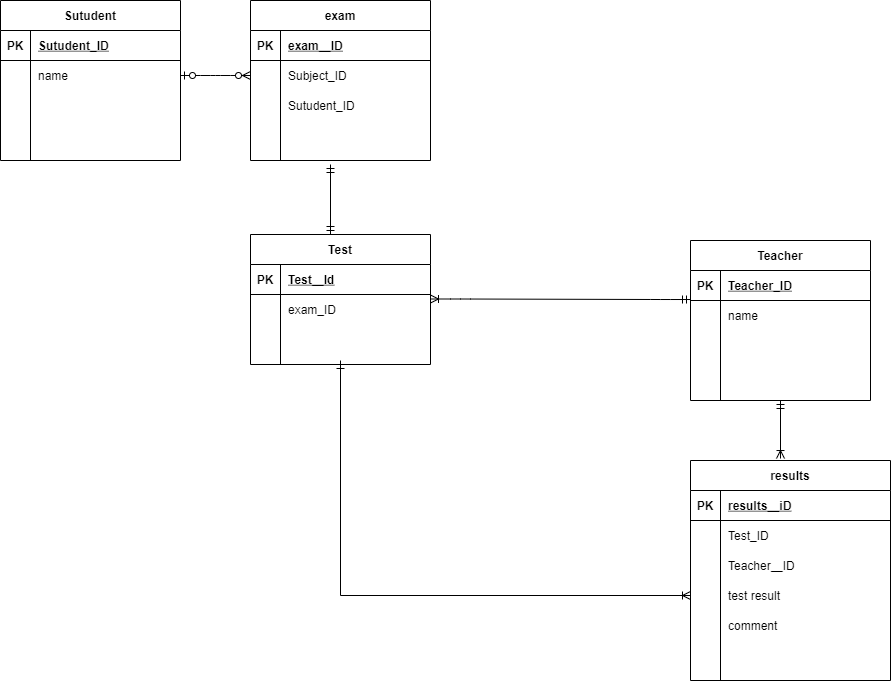
Earlier version of the draw.io export DIAGRAMS.NET/index.drawio.png (sozw0x0/Detabase). Source tidied: cells renumbered, new cells last; positions are measured from the earlier drawing's top-left corner, leaving out a move shared by most shapes. Source of this version:
```xml
<mxGraphModel>
  <root>
    <mxCell id="0" />
    <mxCell id="1" parent="0" />
    <mxCell id="2" value="Sutudent" style="shape=table;startSize=30;rowLines=0;fontStyle=1;align=center;" parent="1" vertex="1">
      <mxGeometry width="180" height="160" as="geometry" />
    </mxCell>
    <mxCell id="3" style="shape=partialRectangle;fillColor=none;top=0;left=0;bottom=1;right=0;" parent="2" vertex="1">
      <mxGeometry y="30" width="180" height="30" as="geometry" />
    </mxCell>
    <mxCell id="4" value="PK" style="shape=partialRectangle;fillColor=none;top=0;left=0;bottom=0;right=0;fontStyle=1;overflow=hidden;" parent="3" vertex="1">
      <mxGeometry width="30" height="30" as="geometry" />
    </mxCell>
    <mxCell id="5" value="Sutudent_ID" style="shape=partialRectangle;fillColor=none;top=0;left=0;bottom=0;right=0;align=left;spacingLeft=6;fontStyle=5;overflow=hidden;" parent="3" vertex="1">
      <mxGeometry x="30" width="150" height="30" as="geometry" />
    </mxCell>
    <mxCell id="6" style="shape=partialRectangle;fillColor=none;top=0;left=0;bottom=0;right=0;points=[[0,0.5],[1,0.5]];portConstraint=eastwest;" parent="2" vertex="1">
      <mxGeometry y="60" width="180" height="30" as="geometry" />
    </mxCell>
    <mxCell id="7" style="shape=partialRectangle;fillColor=none;top=0;left=0;bottom=0;right=0;overflow=hidden;" parent="6" vertex="1">
      <mxGeometry width="30" height="30" as="geometry" />
    </mxCell>
    <mxCell id="8" value="name" style="shape=partialRectangle;fillColor=none;top=0;left=0;bottom=0;right=0;align=left;spacingLeft=6;overflow=hidden;" parent="6" vertex="1">
      <mxGeometry x="30" width="150" height="30" as="geometry" />
    </mxCell>
    <mxCell id="9" style="shape=partialRectangle;fillColor=none;top=0;left=0;bottom=0;right=0;" parent="2" vertex="1">
      <mxGeometry y="90" width="180" height="30" as="geometry" />
    </mxCell>
    <mxCell id="10" style="shape=partialRectangle;fillColor=none;top=0;left=0;bottom=0;right=0;overflow=hidden;" parent="9" vertex="1">
      <mxGeometry width="30" height="30" as="geometry" />
    </mxCell>
    <mxCell id="11" style="shape=partialRectangle;fillColor=none;top=0;left=0;bottom=0;right=0;align=left;spacingLeft=6;overflow=hidden;" parent="9" vertex="1">
      <mxGeometry x="30" width="150" height="30" as="geometry" />
    </mxCell>
    <mxCell id="12" style="shape=partialRectangle;fillColor=none;top=0;left=0;bottom=0;right=0;" parent="2" vertex="1">
      <mxGeometry y="120" width="180" height="30" as="geometry" />
    </mxCell>
    <mxCell id="13" style="shape=partialRectangle;fillColor=none;top=0;left=0;bottom=0;right=0;overflow=hidden;" parent="12" vertex="1">
      <mxGeometry width="30" height="30" as="geometry" />
    </mxCell>
    <mxCell id="14" style="shape=partialRectangle;fillColor=none;top=0;left=0;bottom=0;right=0;align=left;spacingLeft=6;overflow=hidden;" parent="12" vertex="1">
      <mxGeometry x="30" width="150" height="30" as="geometry" />
    </mxCell>
    <mxCell id="15" value="exam" style="shape=table;startSize=30;rowLines=0;fontStyle=1;align=center;" parent="1" vertex="1">
      <mxGeometry x="250" width="180" height="160" as="geometry" />
    </mxCell>
    <mxCell id="16" style="shape=partialRectangle;fillColor=none;top=0;left=0;bottom=1;right=0;" parent="15" vertex="1">
      <mxGeometry y="30" width="180" height="30" as="geometry" />
    </mxCell>
    <mxCell id="17" value="PK" style="shape=partialRectangle;fillColor=none;top=0;left=0;bottom=0;right=0;fontStyle=1;overflow=hidden;" parent="16" vertex="1">
      <mxGeometry width="30" height="30" as="geometry" />
    </mxCell>
    <mxCell id="18" value="exam＿ID" style="shape=partialRectangle;fillColor=none;top=0;left=0;bottom=0;right=0;align=left;spacingLeft=6;fontStyle=5;overflow=hidden;" parent="16" vertex="1">
      <mxGeometry x="30" width="150" height="30" as="geometry" />
    </mxCell>
    <mxCell id="19" style="shape=partialRectangle;fillColor=none;top=0;left=0;bottom=0;right=0;points=[[0,0.5],[1,0.5]];portConstraint=eastwest;" parent="15" vertex="1">
      <mxGeometry y="60" width="180" height="30" as="geometry" />
    </mxCell>
    <mxCell id="20" style="shape=partialRectangle;fillColor=none;top=0;left=0;bottom=0;right=0;overflow=hidden;" parent="19" vertex="1">
      <mxGeometry width="30" height="30" as="geometry" />
    </mxCell>
    <mxCell id="21" value="Subject_ID" style="shape=partialRectangle;fillColor=none;top=0;left=0;bottom=0;right=0;align=left;spacingLeft=6;overflow=hidden;" parent="19" vertex="1">
      <mxGeometry x="30" width="150" height="30" as="geometry" />
    </mxCell>
    <mxCell id="22" style="shape=partialRectangle;fillColor=none;top=0;left=0;bottom=0;right=0;" parent="15" vertex="1">
      <mxGeometry y="90" width="180" height="30" as="geometry" />
    </mxCell>
    <mxCell id="23" style="shape=partialRectangle;fillColor=none;top=0;left=0;bottom=0;right=0;overflow=hidden;" parent="22" vertex="1">
      <mxGeometry width="30" height="30" as="geometry" />
    </mxCell>
    <mxCell id="24" value="Sutudent_ID" style="shape=partialRectangle;fillColor=none;top=0;left=0;bottom=0;right=0;align=left;spacingLeft=6;overflow=hidden;" parent="22" vertex="1">
      <mxGeometry x="30" width="150" height="30" as="geometry" />
    </mxCell>
    <mxCell id="25" style="shape=partialRectangle;fillColor=none;top=0;left=0;bottom=0;right=0;" parent="15" vertex="1">
      <mxGeometry y="120" width="180" height="30" as="geometry" />
    </mxCell>
    <mxCell id="26" style="shape=partialRectangle;fillColor=none;top=0;left=0;bottom=0;right=0;overflow=hidden;" parent="25" vertex="1">
      <mxGeometry width="30" height="30" as="geometry" />
    </mxCell>
    <mxCell id="27" style="shape=partialRectangle;fillColor=none;top=0;left=0;bottom=0;right=0;align=left;spacingLeft=6;overflow=hidden;" parent="25" vertex="1">
      <mxGeometry x="30" width="150" height="30" as="geometry" />
    </mxCell>
    <mxCell id="28" value="Test" style="shape=table;startSize=30;rowLines=0;fontStyle=1;align=center;" parent="1" vertex="1">
      <mxGeometry x="250" y="234" width="180" height="130" as="geometry" />
    </mxCell>
    <mxCell id="29" style="shape=partialRectangle;fillColor=none;top=0;left=0;bottom=1;right=0;" parent="28" vertex="1">
      <mxGeometry y="30" width="180" height="30" as="geometry" />
    </mxCell>
    <mxCell id="30" value="PK" style="shape=partialRectangle;fillColor=none;top=0;left=0;bottom=0;right=0;fontStyle=1;overflow=hidden;" parent="29" vertex="1">
      <mxGeometry width="30" height="30" as="geometry" />
    </mxCell>
    <mxCell id="31" value="Test＿Id" style="shape=partialRectangle;fillColor=none;top=0;left=0;bottom=0;right=0;align=left;spacingLeft=6;fontStyle=5;overflow=hidden;" parent="29" vertex="1">
      <mxGeometry x="30" width="150" height="30" as="geometry" />
    </mxCell>
    <mxCell id="32" style="shape=partialRectangle;fillColor=none;top=0;left=0;bottom=0;right=0;" parent="28" vertex="1">
      <mxGeometry y="60" width="180" height="30" as="geometry" />
    </mxCell>
    <mxCell id="33" style="shape=partialRectangle;fillColor=none;top=0;left=0;bottom=0;right=0;overflow=hidden;" parent="32" vertex="1">
      <mxGeometry width="30" height="30" as="geometry" />
    </mxCell>
    <mxCell id="34" value="exam_ID" style="shape=partialRectangle;fillColor=none;top=0;left=0;bottom=0;right=0;align=left;spacingLeft=6;overflow=hidden;" parent="32" vertex="1">
      <mxGeometry x="30" width="150" height="30" as="geometry" />
    </mxCell>
    <mxCell id="35" style="shape=partialRectangle;fillColor=none;top=0;left=0;bottom=0;right=0;" parent="28" vertex="1">
      <mxGeometry y="90" width="180" height="30" as="geometry" />
    </mxCell>
    <mxCell id="36" style="shape=partialRectangle;fillColor=none;top=0;left=0;bottom=0;right=0;overflow=hidden;" parent="35" vertex="1">
      <mxGeometry width="30" height="30" as="geometry" />
    </mxCell>
    <mxCell id="37" style="shape=partialRectangle;fillColor=none;top=0;left=0;bottom=0;right=0;align=left;spacingLeft=6;overflow=hidden;" parent="35" vertex="1">
      <mxGeometry x="30" width="150" height="30" as="geometry" />
    </mxCell>
    <mxCell id="38" style="edgeStyle=none;rounded=0;jettySize=auto;html=1;exitX=0.5;exitY=1;exitDx=0;exitDy=0;entryX=0.45;entryY=-0.009;entryDx=0;entryDy=0;entryPerimeter=0;startArrow=ERmandOne;startFill=0;endArrow=ERoneToMany;endFill=0;endSize=6;" parent="1" edge="1" source="39" target="52">
      <mxGeometry relative="1" as="geometry" />
    </mxCell>
    <mxCell id="39" value="Teacher" style="shape=table;startSize=30;rowLines=0;fontStyle=1;align=center;" parent="1" vertex="1">
      <mxGeometry x="690" y="240" width="180" height="160" as="geometry" />
    </mxCell>
    <mxCell id="40" style="shape=partialRectangle;fillColor=none;top=0;left=0;bottom=1;right=0;points=[[0,0.5],[1,0.5]];portConstraint=eastwest;" parent="39" vertex="1">
      <mxGeometry y="30" width="180" height="30" as="geometry" />
    </mxCell>
    <mxCell id="41" value="PK" style="shape=partialRectangle;fillColor=none;top=0;left=0;bottom=0;right=0;fontStyle=1;overflow=hidden;" parent="40" vertex="1">
      <mxGeometry width="30" height="30" as="geometry" />
    </mxCell>
    <mxCell id="42" value="Teacher_ID" style="shape=partialRectangle;fillColor=none;top=0;left=0;bottom=0;right=0;align=left;spacingLeft=6;fontStyle=5;overflow=hidden;" parent="40" vertex="1">
      <mxGeometry x="30" width="150" height="30" as="geometry" />
    </mxCell>
    <mxCell id="43" style="shape=partialRectangle;fillColor=none;top=0;left=0;bottom=0;right=0;" parent="39" vertex="1">
      <mxGeometry y="60" width="180" height="30" as="geometry" />
    </mxCell>
    <mxCell id="44" style="shape=partialRectangle;fillColor=none;top=0;left=0;bottom=0;right=0;overflow=hidden;" parent="43" vertex="1">
      <mxGeometry width="30" height="30" as="geometry" />
    </mxCell>
    <mxCell id="45" value="name" style="shape=partialRectangle;fillColor=none;top=0;left=0;bottom=0;right=0;align=left;spacingLeft=6;overflow=hidden;" parent="43" vertex="1">
      <mxGeometry x="30" width="150" height="30" as="geometry" />
    </mxCell>
    <mxCell id="46" style="shape=partialRectangle;fillColor=none;top=0;left=0;bottom=0;right=0;" parent="39" vertex="1">
      <mxGeometry y="90" width="180" height="30" as="geometry" />
    </mxCell>
    <mxCell id="47" style="shape=partialRectangle;fillColor=none;top=0;left=0;bottom=0;right=0;overflow=hidden;" parent="46" vertex="1">
      <mxGeometry width="30" height="30" as="geometry" />
    </mxCell>
    <mxCell id="48" style="shape=partialRectangle;fillColor=none;top=0;left=0;bottom=0;right=0;align=left;spacingLeft=6;overflow=hidden;" parent="46" vertex="1">
      <mxGeometry x="30" width="150" height="30" as="geometry" />
    </mxCell>
    <mxCell id="49" style="shape=partialRectangle;fillColor=none;top=0;left=0;bottom=0;right=0;" parent="39" vertex="1">
      <mxGeometry y="120" width="180" height="30" as="geometry" />
    </mxCell>
    <mxCell id="50" style="shape=partialRectangle;fillColor=none;top=0;left=0;bottom=0;right=0;overflow=hidden;" parent="49" vertex="1">
      <mxGeometry width="30" height="30" as="geometry" />
    </mxCell>
    <mxCell id="51" style="shape=partialRectangle;fillColor=none;top=0;left=0;bottom=0;right=0;align=left;spacingLeft=6;overflow=hidden;" parent="49" vertex="1">
      <mxGeometry x="30" width="150" height="30" as="geometry" />
    </mxCell>
    <mxCell id="52" value="results" style="shape=table;startSize=30;rowLines=0;fontStyle=1;align=center;" parent="1" vertex="1">
      <mxGeometry x="690" y="460" width="200" height="220" as="geometry" />
    </mxCell>
    <mxCell id="53" style="shape=partialRectangle;fillColor=none;top=0;left=0;bottom=1;right=0;" parent="52" vertex="1">
      <mxGeometry y="30" width="200" height="30" as="geometry" />
    </mxCell>
    <mxCell id="54" value="PK" style="shape=partialRectangle;fillColor=none;top=0;left=0;bottom=0;right=0;fontStyle=1;overflow=hidden;" parent="53" vertex="1">
      <mxGeometry width="30" height="30" as="geometry" />
    </mxCell>
    <mxCell id="55" value="results＿iD" style="shape=partialRectangle;fillColor=none;top=0;left=0;bottom=0;right=0;align=left;spacingLeft=6;fontStyle=5;overflow=hidden;" parent="53" vertex="1">
      <mxGeometry x="30" width="170" height="30" as="geometry" />
    </mxCell>
    <mxCell id="56" style="shape=partialRectangle;fillColor=none;top=0;left=0;bottom=0;right=0;" parent="52" vertex="1">
      <mxGeometry y="60" width="200" height="30" as="geometry" />
    </mxCell>
    <mxCell id="57" style="shape=partialRectangle;fillColor=none;top=0;left=0;bottom=0;right=0;overflow=hidden;" parent="56" vertex="1">
      <mxGeometry width="30" height="30" as="geometry" />
    </mxCell>
    <mxCell id="58" value="Test_ID" style="shape=partialRectangle;fillColor=none;top=0;left=0;bottom=0;right=0;align=left;spacingLeft=6;overflow=hidden;" parent="56" vertex="1">
      <mxGeometry x="30" width="170" height="30" as="geometry" />
    </mxCell>
    <mxCell id="59" style="shape=partialRectangle;fillColor=none;top=0;left=0;bottom=0;right=0;" parent="52" vertex="1">
      <mxGeometry y="90" width="200" height="30" as="geometry" />
    </mxCell>
    <mxCell id="60" style="shape=partialRectangle;fillColor=none;top=0;left=0;bottom=0;right=0;overflow=hidden;" parent="59" vertex="1">
      <mxGeometry width="30" height="30" as="geometry" />
    </mxCell>
    <mxCell id="61" value="Teacher＿ID" style="shape=partialRectangle;fillColor=none;top=0;left=0;bottom=0;right=0;align=left;spacingLeft=6;overflow=hidden;" parent="59" vertex="1">
      <mxGeometry x="30" width="170" height="30" as="geometry" />
    </mxCell>
    <mxCell id="62" style="shape=partialRectangle;fillColor=none;top=0;left=0;bottom=0;right=0;points=[[0,0.5],[1,0.5]];portConstraint=eastwest;" parent="52" vertex="1">
      <mxGeometry y="120" width="200" height="30" as="geometry" />
    </mxCell>
    <mxCell id="63" style="shape=partialRectangle;fillColor=none;top=0;left=0;bottom=0;right=0;overflow=hidden;" parent="62" vertex="1">
      <mxGeometry width="30" height="30" as="geometry" />
    </mxCell>
    <mxCell id="64" value="test result" style="shape=partialRectangle;fillColor=none;top=0;left=0;bottom=0;right=0;align=left;spacingLeft=6;overflow=hidden;" parent="62" vertex="1">
      <mxGeometry x="30" width="170" height="30" as="geometry" />
    </mxCell>
    <mxCell id="65" style="edgeStyle=orthogonalEdgeStyle;rounded=0;jettySize=auto;html=1;exitX=0;exitY=0.5;exitDx=0;exitDy=0;endArrow=ERmandOne;endFill=0;startArrow=ERoneToMany;startFill=0;" parent="1" edge="1" source="62">
      <mxGeometry relative="1" as="geometry">
        <mxPoint x="340" y="360" as="targetPoint" />
      </mxGeometry>
    </mxCell>
    <mxCell id="66" value="comment" style="shape=partialRectangle;fillColor=none;top=0;left=0;bottom=0;right=0;align=left;spacingLeft=6;overflow=hidden;" parent="1" vertex="1">
      <mxGeometry x="720" y="610" width="170" height="30" as="geometry" />
    </mxCell>
    <mxCell id="67" style="edgeStyle=entityRelationEdgeStyle;fontSize=12;html=1;endArrow=ERzeroToMany;startArrow=ERzeroToOne;endSize=6;entryX=0;entryY=0.5;entryDx=0;entryDy=0;exitX=1;exitY=0.5;exitDx=0;exitDy=0;" parent="1" edge="1" source="6" target="19">
      <mxGeometry relative="1" as="geometry" />
    </mxCell>
    <mxCell id="68" style="fontSize=12;html=1;endArrow=ERmandOne;startArrow=ERmandOne;endSize=6;" parent="1" edge="1">
      <mxGeometry relative="1" as="geometry">
        <mxPoint x="330" y="234" as="sourcePoint" />
        <mxPoint x="330" y="164" as="targetPoint" />
      </mxGeometry>
    </mxCell>
    <mxCell id="69" style="edgeStyle=entityRelationEdgeStyle;fontSize=12;html=1;endArrow=ERmandOne;startArrow=ERoneToMany;endSize=6;entryX=0;entryY=0.967;entryDx=0;entryDy=0;entryPerimeter=0;startFill=0;endFill=0;" parent="1" edge="1" target="40">
      <mxGeometry relative="1" as="geometry">
        <mxPoint x="430" y="298.5" as="sourcePoint" />
      </mxGeometry>
    </mxCell>
  </root>
</mxGraphModel>
```
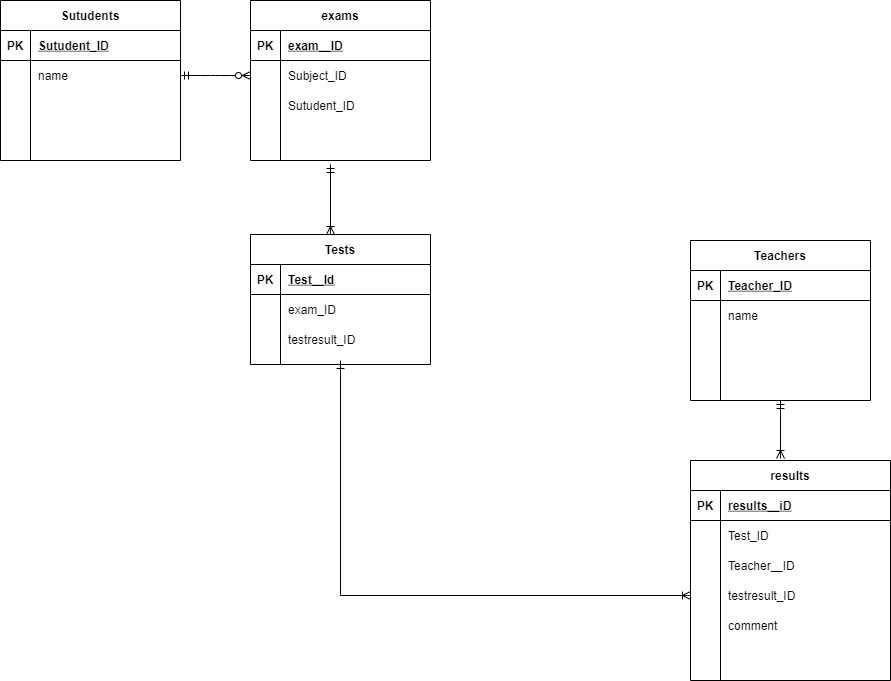
After the commit.

Diff of the diagram source:
```diff
@@ -2,7 +2,7 @@
   <root>
     <mxCell id="0" />
     <mxCell id="1" parent="0" />
-    <mxCell id="2" value="Sutudent" style="shape=table;startSize=30;rowLines=0;fontStyle=1;align=center;" parent="1" vertex="1">
+    <mxCell id="2" value="Sutudents" style="shape=table;startSize=30;rowLines=0;fontStyle=1;align=center;" parent="1" vertex="1">
       <mxGeometry width="180" height="160" as="geometry" />
     </mxCell>
     <mxCell id="3" style="shape=partialRectangle;fillColor=none;top=0;left=0;bottom=1;right=0;" parent="2" vertex="1">
@@ -41,7 +41,7 @@
     <mxCell id="14" style="shape=partialRectangle;fillColor=none;top=0;left=0;bottom=0;right=0;align=left;spacingLeft=6;overflow=hidden;" parent="12" vertex="1">
       <mxGeometry x="30" width="150" height="30" as="geometry" />
     </mxCell>
-    <mxCell id="15" value="exam" style="shape=table;startSize=30;rowLines=0;fontStyle=1;align=center;" parent="1" vertex="1">
+    <mxCell id="15" value="exams" style="shape=table;startSize=30;rowLines=0;fontStyle=1;align=center;" parent="1" vertex="1">
       <mxGeometry x="250" width="180" height="160" as="geometry" />
     </mxCell>
     <mxCell id="16" style="shape=partialRectangle;fillColor=none;top=0;left=0;bottom=1;right=0;" parent="15" vertex="1">
@@ -80,7 +80,7 @@
     <mxCell id="27" style="shape=partialRectangle;fillColor=none;top=0;left=0;bottom=0;right=0;align=left;spacingLeft=6;overflow=hidden;" parent="25" vertex="1">
       <mxGeometry x="30" width="150" height="30" as="geometry" />
     </mxCell>
-    <mxCell id="28" value="Test" style="shape=table;startSize=30;rowLines=0;fontStyle=1;align=center;" parent="1" vertex="1">
+    <mxCell id="28" value="Tests" style="shape=table;startSize=30;rowLines=0;fontStyle=1;align=center;" parent="1" vertex="1">
       <mxGeometry x="250" y="234" width="180" height="130" as="geometry" />
     </mxCell>
     <mxCell id="29" style="shape=partialRectangle;fillColor=none;top=0;left=0;bottom=1;right=0;" parent="28" vertex="1">
@@ -107,13 +107,13 @@
     <mxCell id="36" style="shape=partialRectangle;fillColor=none;top=0;left=0;bottom=0;right=0;overflow=hidden;" parent="35" vertex="1">
       <mxGeometry width="30" height="30" as="geometry" />
     </mxCell>
-    <mxCell id="37" style="shape=partialRectangle;fillColor=none;top=0;left=0;bottom=0;right=0;align=left;spacingLeft=6;overflow=hidden;" parent="35" vertex="1">
+    <mxCell id="37" value="testresult_ID" style="shape=partialRectangle;fillColor=none;top=0;left=0;bottom=0;right=0;align=left;spacingLeft=6;overflow=hidden;" parent="35" vertex="1">
       <mxGeometry x="30" width="150" height="30" as="geometry" />
     </mxCell>
     <mxCell id="38" style="edgeStyle=none;rounded=0;jettySize=auto;html=1;exitX=0.5;exitY=1;exitDx=0;exitDy=0;entryX=0.45;entryY=-0.009;entryDx=0;entryDy=0;entryPerimeter=0;startArrow=ERmandOne;startFill=0;endArrow=ERoneToMany;endFill=0;endSize=6;" parent="1" edge="1" source="39" target="52">
       <mxGeometry relative="1" as="geometry" />
     </mxCell>
-    <mxCell id="39" value="Teacher" style="shape=table;startSize=30;rowLines=0;fontStyle=1;align=center;" parent="1" vertex="1">
+    <mxCell id="39" value="Teachers" style="shape=table;startSize=30;rowLines=0;fontStyle=1;align=center;" parent="1" vertex="1">
       <mxGeometry x="690" y="240" width="180" height="160" as="geometry" />
     </mxCell>
     <mxCell id="40" style="shape=partialRectangle;fillColor=none;top=0;left=0;bottom=1;right=0;points=[[0,0.5],[1,0.5]];portConstraint=eastwest;" parent="39" vertex="1">
@@ -188,7 +188,7 @@
     <mxCell id="63" style="shape=partialRectangle;fillColor=none;top=0;left=0;bottom=0;right=0;overflow=hidden;" parent="62" vertex="1">
       <mxGeometry width="30" height="30" as="geometry" />
     </mxCell>
-    <mxCell id="64" value="test result" style="shape=partialRectangle;fillColor=none;top=0;left=0;bottom=0;right=0;align=left;spacingLeft=6;overflow=hidden;" parent="62" vertex="1">
+    <mxCell id="64" value="testresult_ID" style="shape=partialRectangle;fillColor=none;top=0;left=0;bottom=0;right=0;align=left;spacingLeft=6;overflow=hidden;" parent="62" vertex="1">
       <mxGeometry x="30" width="170" height="30" as="geometry" />
     </mxCell>
     <mxCell id="65" style="edgeStyle=orthogonalEdgeStyle;rounded=0;jettySize=auto;html=1;exitX=0;exitY=0.5;exitDx=0;exitDy=0;endArrow=ERmandOne;endFill=0;startArrow=ERoneToMany;startFill=0;" parent="1" edge="1" source="62">
@@ -199,19 +199,14 @@
     <mxCell id="66" value="comment" style="shape=partialRectangle;fillColor=none;top=0;left=0;bottom=0;right=0;align=left;spacingLeft=6;overflow=hidden;" parent="1" vertex="1">
       <mxGeometry x="720" y="610" width="170" height="30" as="geometry" />
     </mxCell>
-    <mxCell id="67" style="edgeStyle=entityRelationEdgeStyle;fontSize=12;html=1;endArrow=ERzeroToMany;startArrow=ERzeroToOne;endSize=6;entryX=0;entryY=0.5;entryDx=0;entryDy=0;exitX=1;exitY=0.5;exitDx=0;exitDy=0;" parent="1" edge="1" source="6" target="19">
+    <mxCell id="67" style="edgeStyle=entityRelationEdgeStyle;fontSize=12;html=1;endArrow=ERzeroToMany;startArrow=ERmandOne;endSize=6;entryX=0;entryY=0.5;entryDx=0;entryDy=0;exitX=1;exitY=0.5;exitDx=0;exitDy=0;startFill=0;" parent="1" edge="1" source="6" target="19">
       <mxGeometry relative="1" as="geometry" />
     </mxCell>
-    <mxCell id="68" style="fontSize=12;html=1;endArrow=ERmandOne;startArrow=ERmandOne;endSize=6;" parent="1" edge="1">
+    <mxCell id="68" style="fontSize=12;html=1;endArrow=ERmandOne;startArrow=ERoneToMany;endSize=6;endFill=0;startFill=0;" parent="1" edge="1">
       <mxGeometry relative="1" as="geometry">
         <mxPoint x="330" y="234" as="sourcePoint" />
         <mxPoint x="330" y="164" as="targetPoint" />
       </mxGeometry>
     </mxCell>
-    <mxCell id="69" style="edgeStyle=entityRelationEdgeStyle;fontSize=12;html=1;endArrow=ERmandOne;startArrow=ERoneToMany;endSize=6;entryX=0;entryY=0.967;entryDx=0;entryDy=0;entryPerimeter=0;startFill=0;endFill=0;" parent="1" edge="1" target="40">
-      <mxGeometry relative="1" as="geometry">
-        <mxPoint x="430" y="298.5" as="sourcePoint" />
-      </mxGeometry>
-    </mxCell>
   </root>
 </mxGraphModel>
```
